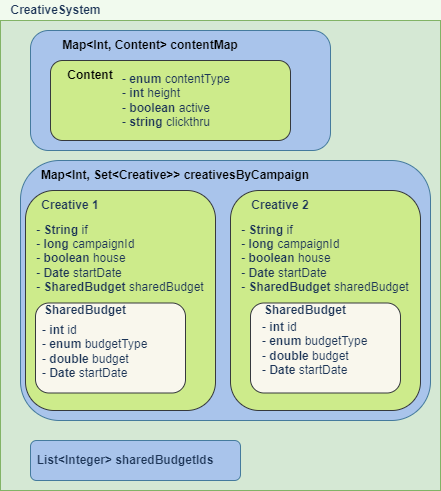
The draw.io diagram UMLs/dataStructure.png in YitingLiu1205/MyNotes, before a commit. Source tidied: cells renumbered, new cells last; positions are measured from the earlier drawing's top-left corner, leaving out a move shared by most shapes. Its diagram source:
```xml
<mxGraphModel background="#F1FAEE">
  <root>
    <mxCell id="0" />
    <mxCell id="1" parent="0" />
    <mxCell id="2" style="rounded=0;whiteSpace=wrap;html=1;fillColor=#d5e8d4;strokeColor=#82b366;" parent="1" vertex="1">
      <mxGeometry y="20" width="440" height="470" as="geometry" />
    </mxCell>
    <mxCell id="3" value="&lt;b&gt;CreativeSystem&lt;/b&gt;" style="text;html=1;align=center;verticalAlign=middle;strokeColor=none;fillColor=none;fontColor=#1D3557;" parent="1" vertex="1">
      <mxGeometry width="110" height="20" as="geometry" />
    </mxCell>
    <mxCell id="4" style="rounded=1;whiteSpace=wrap;html=1;shadow=0;glass=0;labelBackgroundColor=none;sketch=0;fontColor=#1D3557;strokeColor=#457B9D;fillColor=#A9C4EB;gradientColor=none;" parent="1" vertex="1">
      <mxGeometry x="30" y="30" width="300" height="120" as="geometry" />
    </mxCell>
    <mxCell id="5" value="&lt;span style=&quot;color: rgb(0, 0, 0); font-weight: 700;&quot;&gt;Map&amp;lt;Int, Content&amp;gt; contentMap&lt;/span&gt;" style="text;html=1;strokeColor=none;fillColor=none;align=center;verticalAlign=middle;whiteSpace=wrap;rounded=0;shadow=0;glass=0;labelBackgroundColor=none;sketch=0;fontColor=#1D3557;" parent="1" vertex="1">
      <mxGeometry x="50" y="30" width="200" height="30" as="geometry" />
    </mxCell>
    <mxCell id="6" value="&lt;span style=&quot;color: rgb(0, 0, 0); font-weight: 700;&quot;&gt;&lt;br&gt;&lt;/span&gt;" style="rounded=1;whiteSpace=wrap;html=1;shadow=0;glass=0;labelBackgroundColor=none;sketch=0;strokeColor=#36393d;fillColor=#cdeb8b;" parent="1" vertex="1">
      <mxGeometry x="50" y="60" width="240" height="80" as="geometry" />
    </mxCell>
    <mxCell id="7" value="- &lt;b&gt;enum &lt;/b&gt;contentType&lt;br&gt;- &lt;b&gt;int &lt;/b&gt;height&lt;br&gt;- &lt;b&gt;boolean &lt;/b&gt;active&lt;br&gt;- &lt;b&gt;string &lt;/b&gt;clickthru" style="text;html=1;strokeColor=none;fillColor=none;align=left;verticalAlign=middle;whiteSpace=wrap;rounded=0;fontColor=#1D3557;" parent="1" vertex="1">
      <mxGeometry x="120" y="70" width="120" height="60" as="geometry" />
    </mxCell>
    <mxCell id="8" value="&lt;span style=&quot;color: rgb(0, 0, 0); font-weight: 700;&quot;&gt;Content&lt;/span&gt;" style="text;html=1;strokeColor=none;fillColor=none;align=center;verticalAlign=middle;whiteSpace=wrap;rounded=0;shadow=0;glass=0;labelBackgroundColor=none;sketch=0;fontColor=#1D3557;" parent="1" vertex="1">
      <mxGeometry x="60" y="60" width="60" height="30" as="geometry" />
    </mxCell>
    <mxCell id="9" style="rounded=1;whiteSpace=wrap;html=1;shadow=0;glass=0;labelBackgroundColor=none;sketch=0;fontColor=#1D3557;strokeColor=#457B9D;fillColor=#A9C4EB;gradientColor=none;" parent="1" vertex="1">
      <mxGeometry x="20" y="160" width="410" height="260" as="geometry" />
    </mxCell>
    <mxCell id="10" value="&lt;span style=&quot;color: rgb(0, 0, 0); font-weight: 700;&quot;&gt;Map&amp;lt;Int, Set&amp;lt;Creative&amp;gt;&amp;gt; creativesByCampaign&lt;/span&gt;" style="text;html=1;strokeColor=none;fillColor=none;align=center;verticalAlign=middle;whiteSpace=wrap;rounded=0;shadow=0;glass=0;labelBackgroundColor=none;sketch=0;fontColor=#1D3557;" parent="1" vertex="1">
      <mxGeometry x="20" y="160" width="310" height="30" as="geometry" />
    </mxCell>
    <mxCell id="11" value="&lt;span style=&quot;color: rgb(0, 0, 0); font-weight: 700;&quot;&gt;&lt;br&gt;&lt;/span&gt;" style="rounded=1;whiteSpace=wrap;html=1;shadow=0;glass=0;labelBackgroundColor=none;sketch=0;strokeColor=#36393d;fillColor=#cdeb8b;" parent="1" vertex="1">
      <mxGeometry x="25" y="190" width="190" height="220" as="geometry" />
    </mxCell>
    <mxCell id="12" value="&lt;span style=&quot;font-weight: 700;&quot;&gt;Creative 1&lt;/span&gt;" style="text;html=1;strokeColor=none;fillColor=none;align=center;verticalAlign=middle;whiteSpace=wrap;rounded=0;shadow=0;glass=0;labelBackgroundColor=none;sketch=0;fontColor=#1D3557;" parent="1" vertex="1">
      <mxGeometry x="20" y="190" width="100" height="30" as="geometry" />
    </mxCell>
    <mxCell id="13" value="&lt;div style=&quot;text-align: left;&quot;&gt;&lt;span style=&quot;background-color: initial;&quot;&gt;- &lt;b&gt;String &lt;/b&gt;if&lt;/span&gt;&lt;/div&gt;&lt;div style=&quot;text-align: left;&quot;&gt;&lt;span style=&quot;background-color: initial;&quot;&gt;- &lt;b&gt;long &lt;/b&gt;campaignId&lt;/span&gt;&lt;/div&gt;&lt;div style=&quot;text-align: left;&quot;&gt;&lt;span style=&quot;background-color: initial;&quot;&gt;- &lt;b&gt;boolean &lt;/b&gt;house&lt;/span&gt;&lt;/div&gt;&lt;div style=&quot;text-align: left;&quot;&gt;&lt;span style=&quot;background-color: initial;&quot;&gt;- &lt;b&gt;Date &lt;/b&gt;startDate&lt;/span&gt;&lt;/div&gt;&lt;div style=&quot;text-align: left;&quot;&gt;&lt;span style=&quot;background-color: initial;&quot;&gt;- &lt;b&gt;SharedBudget &lt;/b&gt;sharedBudget&lt;/span&gt;&lt;/div&gt;" style="text;html=1;strokeColor=none;fillColor=none;align=center;verticalAlign=middle;whiteSpace=wrap;rounded=0;fontColor=#1D3557;" parent="1" vertex="1">
      <mxGeometry x="35" y="220" width="170" height="75" as="geometry" />
    </mxCell>
    <mxCell id="14" style="rounded=1;whiteSpace=wrap;html=1;shadow=0;glass=0;labelBackgroundColor=none;sketch=0;strokeColor=#36393d;fillColor=#f9f7ed;" parent="1" vertex="1">
      <mxGeometry x="35" y="302.5" width="150" height="90" as="geometry" />
    </mxCell>
    <mxCell id="15" value="&lt;span style=&quot;font-weight: 700;&quot;&gt;SharedBudget&lt;/span&gt;" style="text;html=1;strokeColor=none;fillColor=none;align=center;verticalAlign=middle;whiteSpace=wrap;rounded=0;shadow=0;glass=0;labelBackgroundColor=none;sketch=0;fontColor=#1D3557;" parent="1" vertex="1">
      <mxGeometry x="40" y="295" width="90" height="30" as="geometry" />
    </mxCell>
    <mxCell id="16" value="- &lt;b&gt;int &lt;/b&gt;id&lt;br&gt;- &lt;b&gt;enum &lt;/b&gt;budgetType&lt;br&gt;- &lt;b&gt;double &lt;/b&gt;budget&lt;br&gt;- &lt;b&gt;Date &lt;/b&gt;startDate" style="text;html=1;strokeColor=none;fillColor=none;align=left;verticalAlign=middle;whiteSpace=wrap;rounded=0;fontColor=#1D3557;" parent="1" vertex="1">
      <mxGeometry x="40" y="325" width="110" height="52.5" as="geometry" />
    </mxCell>
    <mxCell id="17" value="&lt;span style=&quot;color: rgb(0, 0, 0); font-weight: 700;&quot;&gt;&lt;br&gt;&lt;/span&gt;" style="rounded=1;whiteSpace=wrap;html=1;shadow=0;glass=0;labelBackgroundColor=none;sketch=0;strokeColor=#36393d;fillColor=#cdeb8b;" parent="1" vertex="1">
      <mxGeometry x="230" y="190" width="190" height="220" as="geometry" />
    </mxCell>
    <mxCell id="18" value="&lt;span style=&quot;font-weight: 700;&quot;&gt;Creative 2&lt;/span&gt;" style="text;html=1;strokeColor=none;fillColor=none;align=center;verticalAlign=middle;whiteSpace=wrap;rounded=0;shadow=0;glass=0;labelBackgroundColor=none;sketch=0;fontColor=#1D3557;" parent="1" vertex="1">
      <mxGeometry x="230" y="190" width="100" height="30" as="geometry" />
    </mxCell>
    <mxCell id="19" value="&lt;div style=&quot;text-align: left;&quot;&gt;&lt;span style=&quot;background-color: initial;&quot;&gt;- &lt;b&gt;String &lt;/b&gt;if&lt;/span&gt;&lt;/div&gt;&lt;div style=&quot;text-align: left;&quot;&gt;&lt;span style=&quot;background-color: initial;&quot;&gt;- &lt;b&gt;long &lt;/b&gt;campaignId&lt;/span&gt;&lt;/div&gt;&lt;div style=&quot;text-align: left;&quot;&gt;&lt;span style=&quot;background-color: initial;&quot;&gt;- &lt;b&gt;boolean &lt;/b&gt;house&lt;/span&gt;&lt;/div&gt;&lt;div style=&quot;text-align: left;&quot;&gt;&lt;span style=&quot;background-color: initial;&quot;&gt;- &lt;b&gt;Date &lt;/b&gt;startDate&lt;/span&gt;&lt;/div&gt;&lt;div style=&quot;text-align: left;&quot;&gt;&lt;span style=&quot;background-color: initial;&quot;&gt;- &lt;b&gt;SharedBudget &lt;/b&gt;sharedBudget&lt;/span&gt;&lt;/div&gt;" style="text;html=1;strokeColor=none;fillColor=none;align=center;verticalAlign=middle;whiteSpace=wrap;rounded=0;fontColor=#1D3557;" parent="1" vertex="1">
      <mxGeometry x="240" y="220" width="170" height="75" as="geometry" />
    </mxCell>
    <mxCell id="20" style="rounded=1;whiteSpace=wrap;html=1;shadow=0;glass=0;labelBackgroundColor=none;sketch=0;strokeColor=#36393d;fillColor=#f9f7ed;" parent="1" vertex="1">
      <mxGeometry x="250" y="302.5" width="150" height="90" as="geometry" />
    </mxCell>
    <mxCell id="21" value="&lt;span style=&quot;font-weight: 700;&quot;&gt;SharedBudget&lt;/span&gt;" style="text;html=1;strokeColor=none;fillColor=none;align=center;verticalAlign=middle;whiteSpace=wrap;rounded=0;shadow=0;glass=0;labelBackgroundColor=none;sketch=0;fontColor=#1D3557;" parent="1" vertex="1">
      <mxGeometry x="260" y="295" width="90" height="30" as="geometry" />
    </mxCell>
    <mxCell id="22" value="- &lt;b&gt;int &lt;/b&gt;id&lt;br&gt;- &lt;b&gt;enum &lt;/b&gt;budgetType&lt;br&gt;- &lt;b&gt;double &lt;/b&gt;budget&lt;br&gt;- &lt;b&gt;Date &lt;/b&gt;startDate" style="text;html=1;strokeColor=none;fillColor=none;align=left;verticalAlign=middle;whiteSpace=wrap;rounded=0;fontColor=#1D3557;" parent="1" vertex="1">
      <mxGeometry x="260" y="321.2" width="110" height="52.5" as="geometry" />
    </mxCell>
    <mxCell id="23" style="rounded=1;whiteSpace=wrap;html=1;shadow=0;glass=0;labelBackgroundColor=none;sketch=0;fontColor=#1D3557;strokeColor=#457B9D;fillColor=#A9C4EB;gradientColor=none;" parent="1" vertex="1">
      <mxGeometry x="30" y="440" width="210" height="40" as="geometry" />
    </mxCell>
    <mxCell id="24" value="&lt;span style=&quot;font-weight: 700;&quot;&gt;List&amp;lt;Integer&amp;gt; sharedBudgetIds&lt;/span&gt;" style="text;html=1;strokeColor=none;fillColor=none;align=center;verticalAlign=middle;whiteSpace=wrap;rounded=0;shadow=0;glass=0;labelBackgroundColor=none;sketch=0;fontColor=#1D3557;" parent="1" vertex="1">
      <mxGeometry x="30" y="440" width="190" height="40" as="geometry" />
    </mxCell>
  </root>
</mxGraphModel>
```
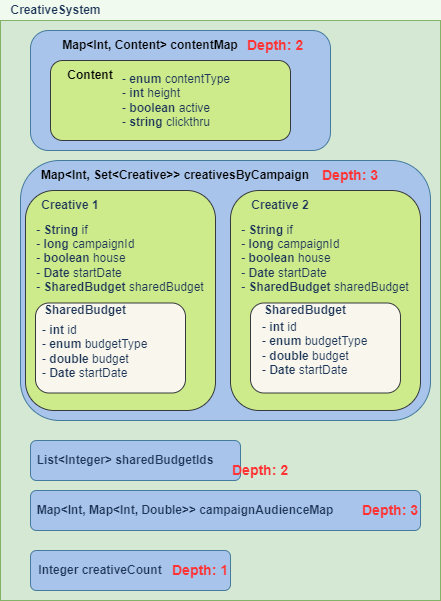
Above is the later version.

The edit, as a diff of the source:
```diff
@@ -2,8 +2,8 @@
   <root>
     <mxCell id="0" />
     <mxCell id="1" parent="0" />
-    <mxCell id="2" style="rounded=0;whiteSpace=wrap;html=1;fillColor=#d5e8d4;strokeColor=#82b366;" parent="1" vertex="1">
-      <mxGeometry y="20" width="440" height="470" as="geometry" />
+    <mxCell id="2" value="&#10;&lt;b style=&quot;color: rgb(255, 51, 51); font-family: Helvetica; font-size: 14px; font-style: normal; font-variant-ligatures: normal; font-variant-caps: normal; letter-spacing: normal; orphans: 2; text-align: center; text-indent: 0px; text-transform: none; widows: 2; word-spacing: 0px; -webkit-text-stroke-width: 0px; background-color: rgb(248, 249, 250); text-decoration-thickness: initial; text-decoration-style: initial; text-decoration-color: initial;&quot;&gt;Depth: 2&lt;/b&gt;&#10;&#10;" style="rounded=0;whiteSpace=wrap;html=1;fillColor=#d5e8d4;strokeColor=#82b366;" parent="1" vertex="1">
+      <mxGeometry y="20" width="440" height="580" as="geometry" />
     </mxCell>
     <mxCell id="3" value="&lt;b&gt;CreativeSystem&lt;/b&gt;" style="text;html=1;align=center;verticalAlign=middle;strokeColor=none;fillColor=none;fontColor=#1D3557;" parent="1" vertex="1">
       <mxGeometry width="110" height="20" as="geometry" />
@@ -71,5 +71,32 @@
     <mxCell id="24" value="&lt;span style=&quot;font-weight: 700;&quot;&gt;List&amp;lt;Integer&amp;gt; sharedBudgetIds&lt;/span&gt;" style="text;html=1;strokeColor=none;fillColor=none;align=center;verticalAlign=middle;whiteSpace=wrap;rounded=0;shadow=0;glass=0;labelBackgroundColor=none;sketch=0;fontColor=#1D3557;" parent="1" vertex="1">
       <mxGeometry x="30" y="440" width="190" height="40" as="geometry" />
     </mxCell>
+    <mxCell id="25" value="&lt;font color=&quot;#ff3333&quot; style=&quot;font-size: 14px;&quot;&gt;&lt;b style=&quot;&quot;&gt;Depth: 2&lt;/b&gt;&lt;/font&gt;" style="text;html=1;strokeColor=none;fillColor=none;align=center;verticalAlign=middle;whiteSpace=wrap;rounded=0;" parent="1" vertex="1">
+      <mxGeometry x="245" y="30" width="60" height="30" as="geometry" />
+    </mxCell>
+    <mxCell id="26" value="&lt;font color=&quot;#ff3333&quot; style=&quot;font-size: 14px;&quot;&gt;&lt;b style=&quot;&quot;&gt;Depth: 3&lt;/b&gt;&lt;/font&gt;" style="text;html=1;strokeColor=none;fillColor=none;align=center;verticalAlign=middle;whiteSpace=wrap;rounded=0;" parent="1" vertex="1">
+      <mxGeometry x="320" y="160" width="60" height="30" as="geometry" />
+    </mxCell>
+    <mxCell id="27" style="rounded=1;whiteSpace=wrap;html=1;shadow=0;glass=0;labelBackgroundColor=none;sketch=0;fontColor=#1D3557;strokeColor=#457B9D;fillColor=#A9C4EB;gradientColor=none;" parent="1" vertex="1">
+      <mxGeometry x="30" y="490" width="390" height="40" as="geometry" />
+    </mxCell>
+    <mxCell id="28" value="&lt;font color=&quot;#ff3333&quot; style=&quot;font-size: 14px;&quot;&gt;&lt;b style=&quot;&quot;&gt;Depth: 3&lt;/b&gt;&lt;/font&gt;" style="text;html=1;strokeColor=none;fillColor=none;align=center;verticalAlign=middle;whiteSpace=wrap;rounded=0;" parent="1" vertex="1">
+      <mxGeometry x="360" y="495" width="60" height="30" as="geometry" />
+    </mxCell>
+    <mxCell id="29" style="rounded=1;whiteSpace=wrap;html=1;shadow=0;glass=0;labelBackgroundColor=none;sketch=0;fontColor=#1D3557;strokeColor=#457B9D;fillColor=#A9C4EB;gradientColor=none;" parent="1" vertex="1">
+      <mxGeometry x="30" y="550" width="200" height="40" as="geometry" />
+    </mxCell>
+    <mxCell id="30" value="&lt;b&gt;Integer creativeCount&lt;/b&gt;" style="text;html=1;strokeColor=none;fillColor=none;align=center;verticalAlign=middle;whiteSpace=wrap;rounded=0;shadow=0;glass=0;labelBackgroundColor=none;sketch=0;fontColor=#1D3557;" parent="1" vertex="1">
+      <mxGeometry x="30" y="550" width="140" height="40" as="geometry" />
+    </mxCell>
+    <mxCell id="31" value="&lt;font color=&quot;#ff3333&quot; style=&quot;font-size: 14px;&quot;&gt;&lt;b style=&quot;&quot;&gt;Depth: 2&lt;/b&gt;&lt;/font&gt;" style="text;html=1;strokeColor=none;fillColor=none;align=center;verticalAlign=middle;whiteSpace=wrap;rounded=0;" parent="1" vertex="1">
+      <mxGeometry x="230" y="455" width="60" height="30" as="geometry" />
+    </mxCell>
+    <mxCell id="32" value="&lt;span style=&quot;font-weight: 700;&quot;&gt;Map&amp;lt;Int, Map&amp;lt;Int, Double&amp;gt;&amp;gt; campaignAudienceMap&lt;/span&gt;" style="text;html=1;strokeColor=none;fillColor=none;align=center;verticalAlign=middle;whiteSpace=wrap;rounded=0;shadow=0;glass=0;labelBackgroundColor=none;sketch=0;fontColor=#1D3557;" parent="1" vertex="1">
+      <mxGeometry x="30" y="490" width="310" height="40" as="geometry" />
+    </mxCell>
+    <mxCell id="33" value="&lt;font color=&quot;#ff3333&quot; style=&quot;font-size: 14px;&quot;&gt;&lt;b style=&quot;&quot;&gt;Depth: 1&lt;/b&gt;&lt;/font&gt;" style="text;html=1;strokeColor=none;fillColor=none;align=center;verticalAlign=middle;whiteSpace=wrap;rounded=0;" parent="1" vertex="1">
+      <mxGeometry x="170" y="555" width="60" height="30" as="geometry" />
+    </mxCell>
   </root>
 </mxGraphModel>
```
